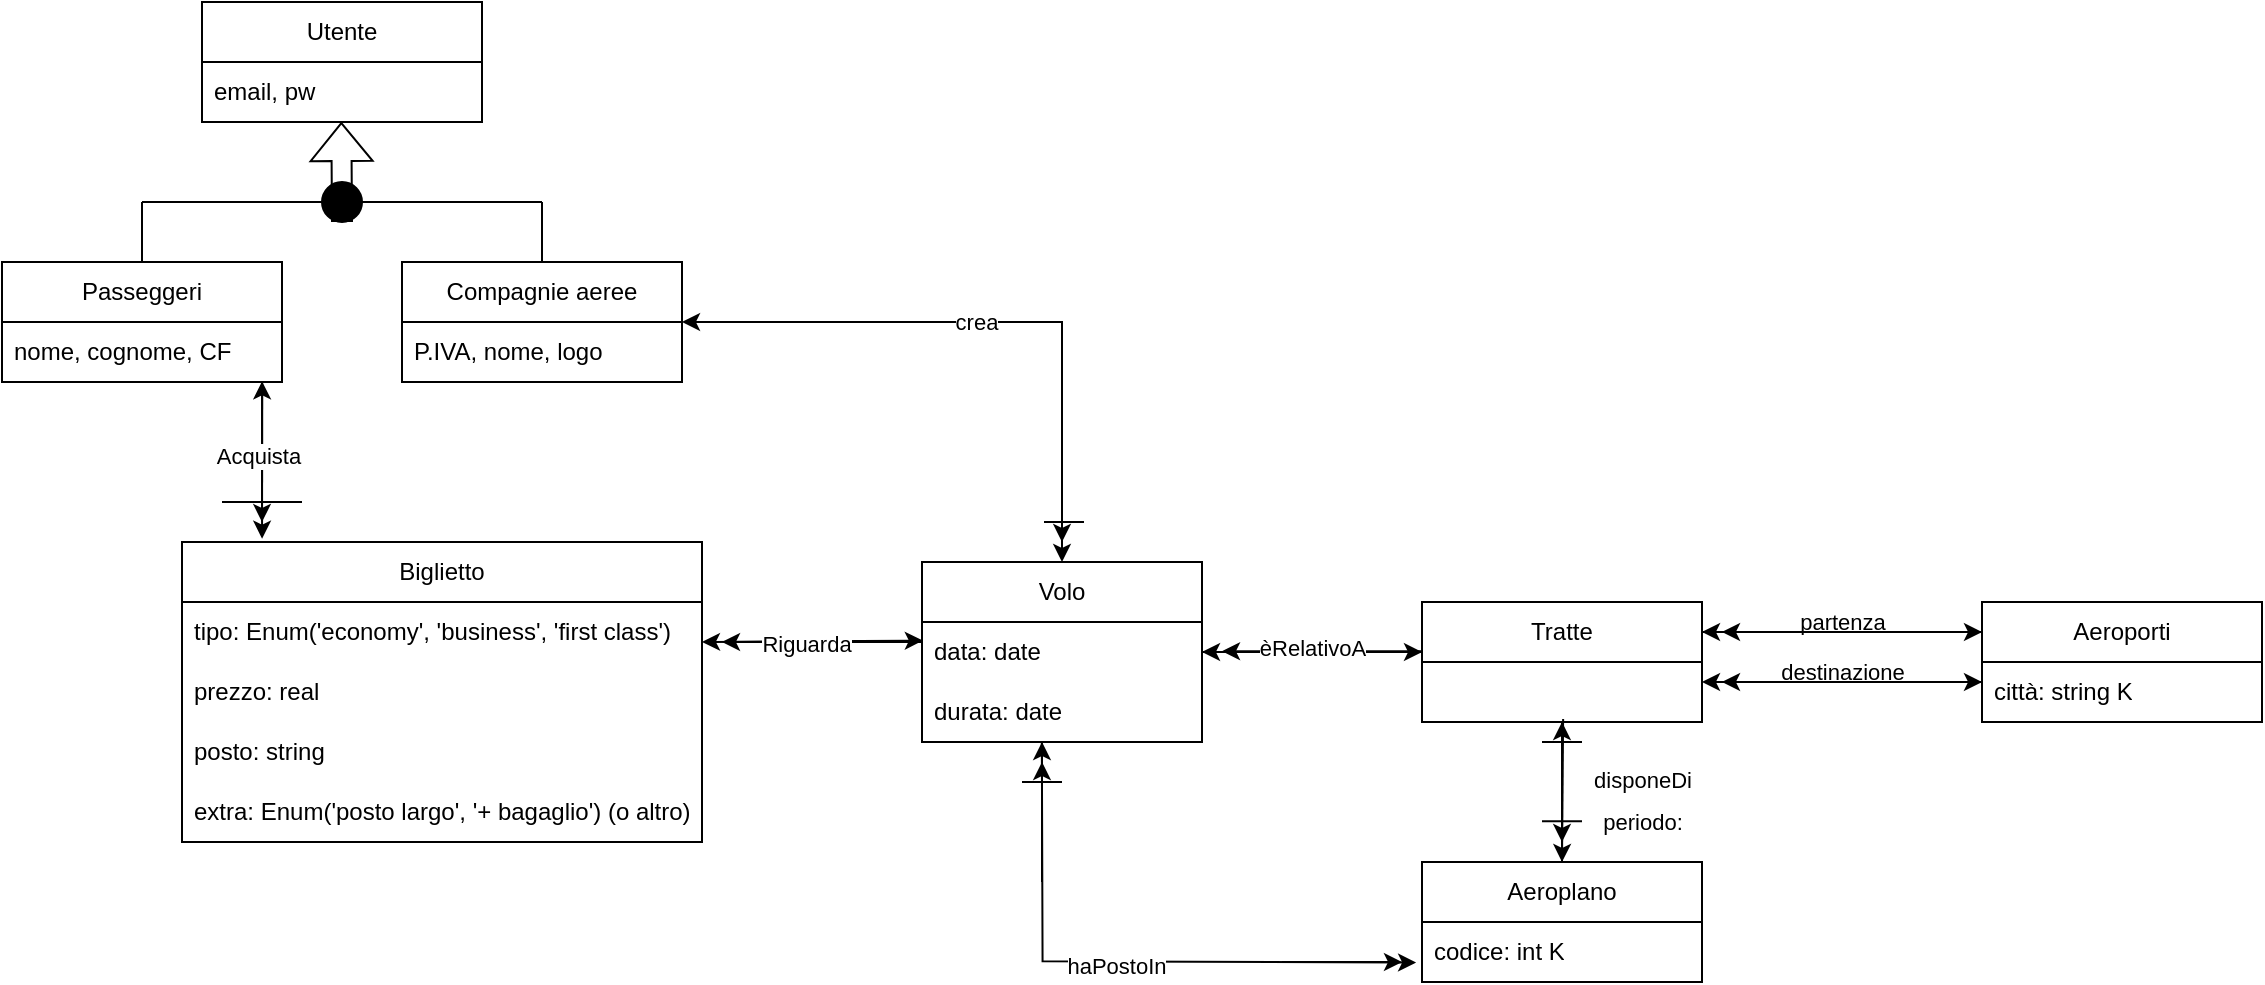
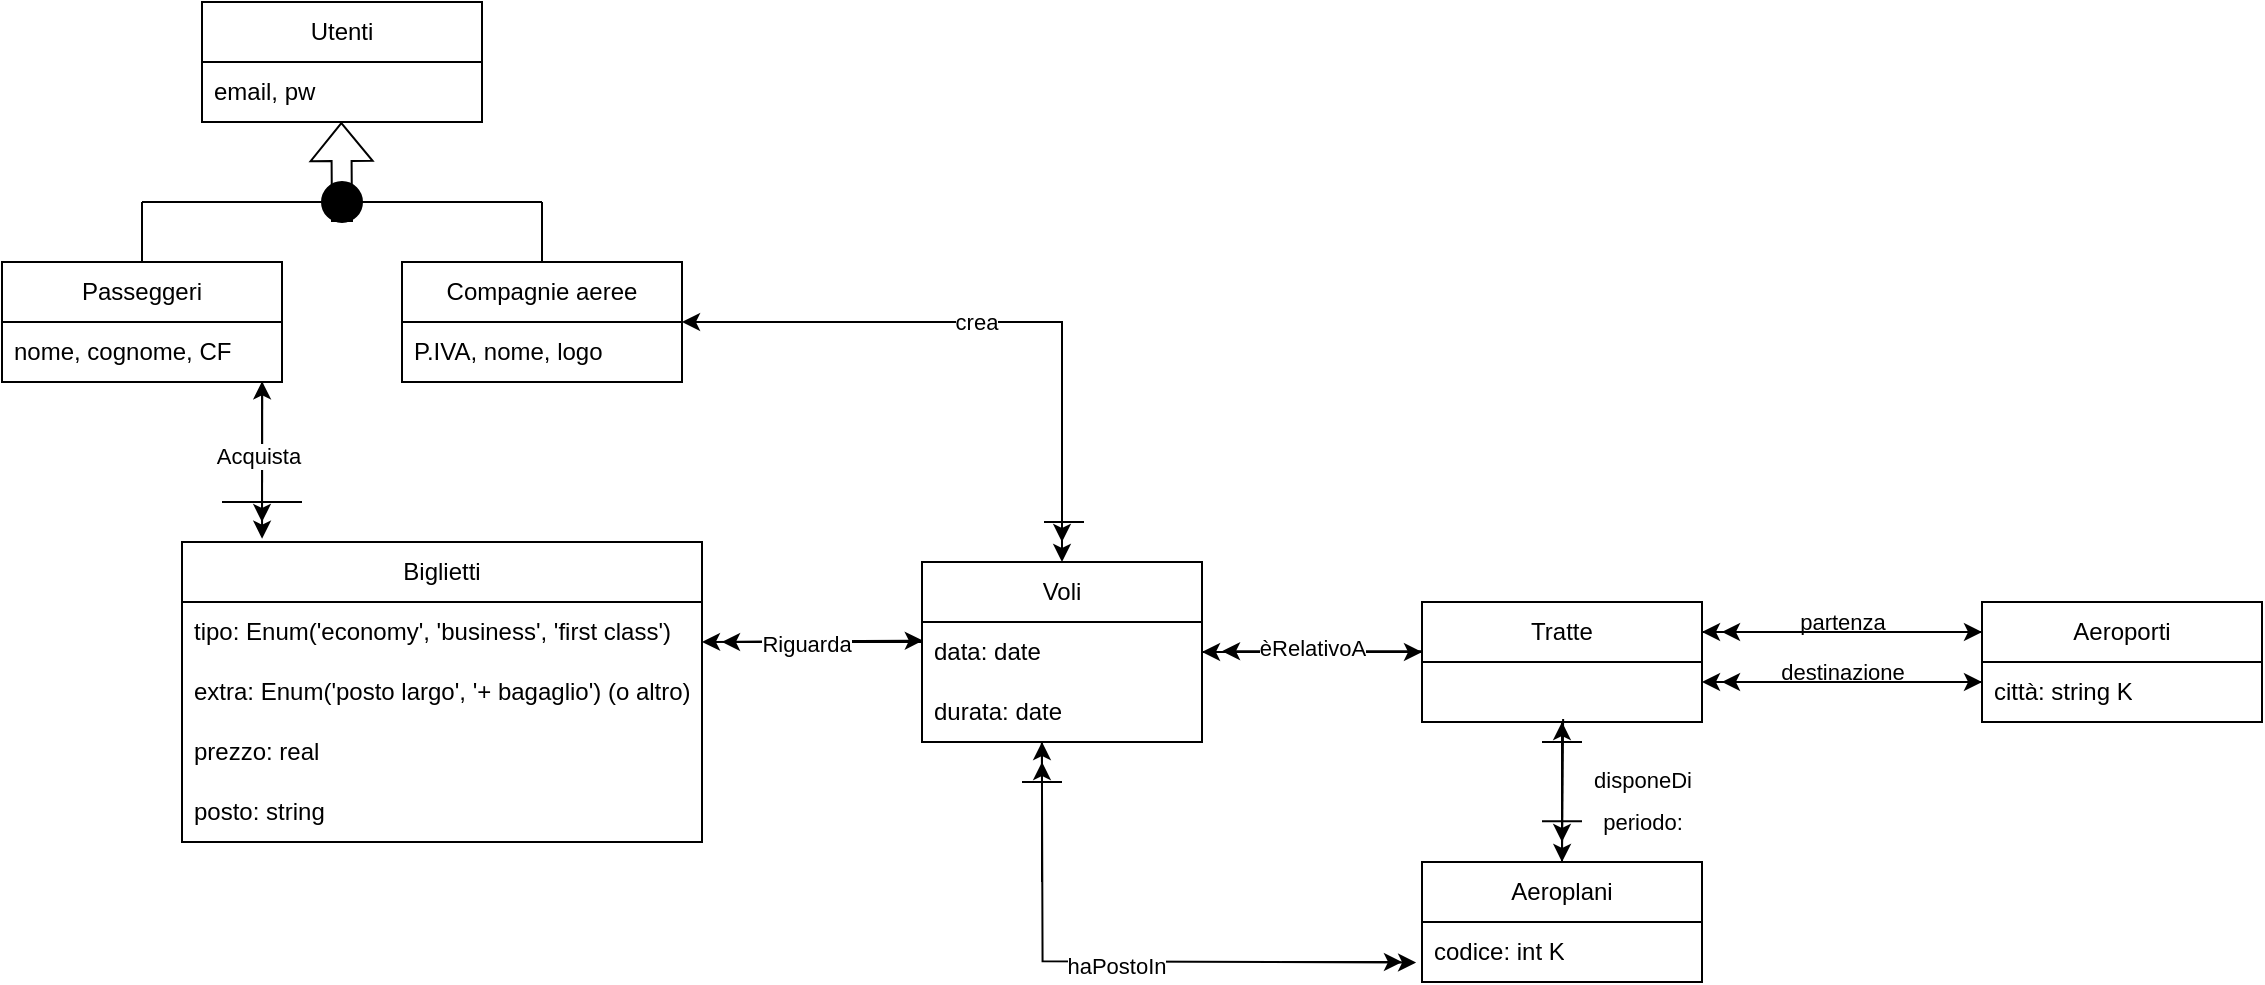
<mxfile host="65bd71144e">
    <diagram name="Pagina-1" id="Y2F9K8NCZ-bAOCw_idQH">
-         <mxGraphModel dx="1120" dy="2413" grid="1" gridSize="10" guides="1" tooltips="1" connect="1" arrows="1" fold="1" page="1" pageScale="1" pageWidth="1169" pageHeight="827" background="none" math="0" shadow="0">
+         <mxGraphModel dx="1296" dy="2252" grid="1" gridSize="10" guides="1" tooltips="1" connect="1" arrows="1" fold="1" page="1" pageScale="1" pageWidth="1169" pageHeight="827" background="none" math="0" shadow="0">
            <root>
                <mxCell id="0"/>
                <mxCell id="1" parent="0"/>
-                 <mxCell id="_ETjs5SsKa_0tdBlZnar-3" value="Utente" style="swimlane;fontStyle=0;childLayout=stackLayout;horizontal=1;startSize=30;horizontalStack=0;resizeParent=1;resizeParentMax=0;resizeLast=0;collapsible=1;marginBottom=0;whiteSpace=wrap;html=1;" parent="1" vertex="1">
+                 <mxCell id="_ETjs5SsKa_0tdBlZnar-3" value="Utenti" style="swimlane;fontStyle=0;childLayout=stackLayout;horizontal=1;startSize=30;horizontalStack=0;resizeParent=1;resizeParentMax=0;resizeLast=0;collapsible=1;marginBottom=0;whiteSpace=wrap;html=1;" parent="1" vertex="1">
                    <mxGeometry x="119" y="-1600" width="140" height="60" as="geometry"/>
                </mxCell>
                <mxCell id="_ETjs5SsKa_0tdBlZnar-4" value="email, pw" style="text;strokeColor=none;fillColor=none;align=left;verticalAlign=middle;spacingLeft=4;spacingRight=4;overflow=hidden;points=[[0,0.5],[1,0.5]];portConstraint=eastwest;rotatable=0;whiteSpace=wrap;html=1;" parent="_ETjs5SsKa_0tdBlZnar-3" vertex="1">
                    <mxGeometry y="30" width="140" height="30" as="geometry"/>
                </mxCell>
                <mxCell id="_ETjs5SsKa_0tdBlZnar-15" value="Passeggeri" style="swimlane;fontStyle=0;childLayout=stackLayout;horizontal=1;startSize=30;horizontalStack=0;resizeParent=1;resizeParentMax=0;resizeLast=0;collapsible=1;marginBottom=0;whiteSpace=wrap;html=1;" parent="1" vertex="1">
                    <mxGeometry x="19" y="-1470" width="140" height="60" as="geometry"/>
                </mxCell>
                <mxCell id="_ETjs5SsKa_0tdBlZnar-16" value="nome, cognome, CF" style="text;strokeColor=none;fillColor=none;align=left;verticalAlign=middle;spacingLeft=4;spacingRight=4;overflow=hidden;points=[[0,0.5],[1,0.5]];portConstraint=eastwest;rotatable=0;whiteSpace=wrap;html=1;" parent="_ETjs5SsKa_0tdBlZnar-15" vertex="1">
                    <mxGeometry y="30" width="140" height="30" as="geometry"/>
                </mxCell>
                <mxCell id="_ETjs5SsKa_0tdBlZnar-17" value="Compagnie aeree" style="swimlane;fontStyle=0;childLayout=stackLayout;horizontal=1;startSize=30;horizontalStack=0;resizeParent=1;resizeParentMax=0;resizeLast=0;collapsible=1;marginBottom=0;whiteSpace=wrap;html=1;" parent="1" vertex="1">
                    <mxGeometry x="219" y="-1470" width="140" height="60" as="geometry"/>
                </mxCell>
                <mxCell id="_ETjs5SsKa_0tdBlZnar-18" value="P.IVA, nome, logo" style="text;strokeColor=none;fillColor=none;align=left;verticalAlign=middle;spacingLeft=4;spacingRight=4;overflow=hidden;points=[[0,0.5],[1,0.5]];portConstraint=eastwest;rotatable=0;whiteSpace=wrap;html=1;" parent="_ETjs5SsKa_0tdBlZnar-17" vertex="1">
                    <mxGeometry y="30" width="140" height="30" as="geometry"/>
                </mxCell>
                <mxCell id="_ETjs5SsKa_0tdBlZnar-19" value="Tratte" style="swimlane;fontStyle=0;childLayout=stackLayout;horizontal=1;startSize=30;horizontalStack=0;resizeParent=1;resizeParentMax=0;resizeLast=0;collapsible=1;marginBottom=0;whiteSpace=wrap;html=1;" parent="1" vertex="1">
                    <mxGeometry x="729" y="-1300" width="140" height="60" as="geometry"/>
                </mxCell>
-                 <mxCell id="_ETjs5SsKa_0tdBlZnar-21" value="Aeroplano" style="swimlane;fontStyle=0;childLayout=stackLayout;horizontal=1;startSize=30;horizontalStack=0;resizeParent=1;resizeParentMax=0;resizeLast=0;collapsible=1;marginBottom=0;whiteSpace=wrap;html=1;" parent="1" vertex="1">
+                 <mxCell id="_ETjs5SsKa_0tdBlZnar-21" value="Aeroplani" style="swimlane;fontStyle=0;childLayout=stackLayout;horizontal=1;startSize=30;horizontalStack=0;resizeParent=1;resizeParentMax=0;resizeLast=0;collapsible=1;marginBottom=0;whiteSpace=wrap;html=1;" parent="1" vertex="1">
                    <mxGeometry x="729" y="-1170" width="140" height="60" as="geometry"/>
                </mxCell>
                <mxCell id="_ETjs5SsKa_0tdBlZnar-22" value="codice: int K" style="text;strokeColor=none;fillColor=none;align=left;verticalAlign=middle;spacingLeft=4;spacingRight=4;overflow=hidden;points=[[0,0.5],[1,0.5]];portConstraint=eastwest;rotatable=0;whiteSpace=wrap;html=1;" parent="_ETjs5SsKa_0tdBlZnar-21" vertex="1">
                    <mxGeometry y="30" width="140" height="30" as="geometry"/>
                </mxCell>
                <mxCell id="_ETjs5SsKa_0tdBlZnar-23" value="Aeroporti" style="swimlane;fontStyle=0;childLayout=stackLayout;horizontal=1;startSize=30;horizontalStack=0;resizeParent=1;resizeParentMax=0;resizeLast=0;collapsible=1;marginBottom=0;whiteSpace=wrap;html=1;" parent="1" vertex="1">
                    <mxGeometry x="1009" y="-1300" width="140" height="60" as="geometry"/>
                </mxCell>
                <mxCell id="_ETjs5SsKa_0tdBlZnar-24" value="città: string K" style="text;strokeColor=none;fillColor=none;align=left;verticalAlign=middle;spacingLeft=4;spacingRight=4;overflow=hidden;points=[[0,0.5],[1,0.5]];portConstraint=eastwest;rotatable=0;whiteSpace=wrap;html=1;" parent="_ETjs5SsKa_0tdBlZnar-23" vertex="1">
                    <mxGeometry y="30" width="140" height="30" as="geometry"/>
                </mxCell>
                <mxCell id="_ETjs5SsKa_0tdBlZnar-25" value="" style="endArrow=classic;html=1;rounded=0;exitX=1;exitY=0.25;exitDx=0;exitDy=0;entryX=0;entryY=0.25;entryDx=0;entryDy=0;" parent="1" source="_ETjs5SsKa_0tdBlZnar-19" target="_ETjs5SsKa_0tdBlZnar-23" edge="1">
                    <mxGeometry width="50" height="50" relative="1" as="geometry">
                        <mxPoint x="709" y="-1000" as="sourcePoint"/>
                        <mxPoint x="759" y="-1050" as="targetPoint"/>
                    </mxGeometry>
                </mxCell>
                <mxCell id="_ETjs5SsKa_0tdBlZnar-27" value="" style="endArrow=classic;html=1;rounded=0;entryX=1;entryY=0.25;entryDx=0;entryDy=0;exitX=0;exitY=0.25;exitDx=0;exitDy=0;" parent="1" source="_ETjs5SsKa_0tdBlZnar-23" target="_ETjs5SsKa_0tdBlZnar-19" edge="1">
                    <mxGeometry width="50" height="50" relative="1" as="geometry">
                        <mxPoint x="709" y="-1000" as="sourcePoint"/>
                        <mxPoint x="759" y="-1050" as="targetPoint"/>
                    </mxGeometry>
                </mxCell>
                <mxCell id="_ETjs5SsKa_0tdBlZnar-28" value="partenza" style="edgeLabel;html=1;align=center;verticalAlign=middle;resizable=0;points=[];" parent="_ETjs5SsKa_0tdBlZnar-27" vertex="1" connectable="0">
                    <mxGeometry x="0.0872" y="2" relative="1" as="geometry">
                        <mxPoint x="6" y="-7" as="offset"/>
                    </mxGeometry>
                </mxCell>
                <mxCell id="_ETjs5SsKa_0tdBlZnar-29" value="" style="endArrow=classic;html=1;rounded=0;exitX=0;exitY=0.25;exitDx=0;exitDy=0;" parent="1" source="_ETjs5SsKa_0tdBlZnar-23" edge="1">
                    <mxGeometry width="50" height="50" relative="1" as="geometry">
                        <mxPoint x="709" y="-1000" as="sourcePoint"/>
                        <mxPoint x="879" y="-1285" as="targetPoint"/>
                    </mxGeometry>
                </mxCell>
                <mxCell id="_ETjs5SsKa_0tdBlZnar-30" value="" style="endArrow=classic;html=1;rounded=0;entryX=1;entryY=0.25;entryDx=0;entryDy=0;exitX=0;exitY=0.25;exitDx=0;exitDy=0;" parent="1" edge="1">
                    <mxGeometry width="50" height="50" relative="1" as="geometry">
                        <mxPoint x="1009" y="-1260" as="sourcePoint"/>
                        <mxPoint x="869" y="-1260" as="targetPoint"/>
                    </mxGeometry>
                </mxCell>
                <mxCell id="_ETjs5SsKa_0tdBlZnar-31" value="destinazione" style="edgeLabel;html=1;align=center;verticalAlign=middle;resizable=0;points=[];" parent="_ETjs5SsKa_0tdBlZnar-30" vertex="1" connectable="0">
                    <mxGeometry x="0.0872" y="2" relative="1" as="geometry">
                        <mxPoint x="6" y="-7" as="offset"/>
                    </mxGeometry>
                </mxCell>
                <mxCell id="_ETjs5SsKa_0tdBlZnar-32" value="" style="endArrow=classic;html=1;rounded=0;exitX=0;exitY=0.25;exitDx=0;exitDy=0;" parent="1" edge="1">
                    <mxGeometry width="50" height="50" relative="1" as="geometry">
                        <mxPoint x="1009" y="-1260" as="sourcePoint"/>
                        <mxPoint x="879" y="-1260" as="targetPoint"/>
                    </mxGeometry>
                </mxCell>
                <mxCell id="_ETjs5SsKa_0tdBlZnar-33" value="" style="endArrow=classic;html=1;rounded=0;exitX=1.007;exitY=0.333;exitDx=0;exitDy=0;exitPerimeter=0;" parent="1" edge="1">
                    <mxGeometry width="50" height="50" relative="1" as="geometry">
                        <mxPoint x="869.9799999999998" y="-1260.0100000000002" as="sourcePoint"/>
                        <mxPoint x="1009" y="-1260" as="targetPoint"/>
                    </mxGeometry>
                </mxCell>
                <mxCell id="_ETjs5SsKa_0tdBlZnar-34" value="" style="endArrow=classic;html=1;rounded=0;exitX=0.504;exitY=0.951;exitDx=0;exitDy=0;exitPerimeter=0;entryX=0.5;entryY=0;entryDx=0;entryDy=0;" parent="1" target="_ETjs5SsKa_0tdBlZnar-21" edge="1">
                    <mxGeometry width="50" height="50" relative="1" as="geometry">
                        <mxPoint x="799.56" y="-1241.47" as="sourcePoint"/>
                        <mxPoint x="719" y="-1050" as="targetPoint"/>
                    </mxGeometry>
                </mxCell>
                <mxCell id="_ETjs5SsKa_0tdBlZnar-36" value="" style="endArrow=classic;html=1;rounded=0;" parent="1" edge="1">
                    <mxGeometry width="50" height="50" relative="1" as="geometry">
                        <mxPoint x="799" y="-1240" as="sourcePoint"/>
                        <mxPoint x="799" y="-1180" as="targetPoint"/>
                    </mxGeometry>
                </mxCell>
                <mxCell id="_ETjs5SsKa_0tdBlZnar-38" value="disponeDi" style="edgeLabel;html=1;align=center;verticalAlign=middle;resizable=0;points=[];" parent="_ETjs5SsKa_0tdBlZnar-36" vertex="1" connectable="0">
                    <mxGeometry x="-0.0573" y="1" relative="1" as="geometry">
                        <mxPoint x="39" as="offset"/>
                    </mxGeometry>
                </mxCell>
                <mxCell id="_ETjs5SsKa_0tdBlZnar-40" value="periodo:" style="edgeLabel;html=1;align=center;verticalAlign=middle;resizable=0;points=[];" parent="1" vertex="1" connectable="0">
                    <mxGeometry x="839" y="-1190.0048717948719" as="geometry"/>
                </mxCell>
                <mxCell id="_ETjs5SsKa_0tdBlZnar-41" value="" style="endArrow=classic;html=1;rounded=0;" parent="1" edge="1">
                    <mxGeometry width="50" height="50" relative="1" as="geometry">
                        <mxPoint x="799" y="-1170" as="sourcePoint"/>
                        <mxPoint x="799" y="-1240" as="targetPoint"/>
                    </mxGeometry>
                </mxCell>
-                 <mxCell id="_ETjs5SsKa_0tdBlZnar-42" value="Volo" style="swimlane;fontStyle=0;childLayout=stackLayout;horizontal=1;startSize=30;horizontalStack=0;resizeParent=1;resizeParentMax=0;resizeLast=0;collapsible=1;marginBottom=0;whiteSpace=wrap;html=1;" parent="1" vertex="1">
+                 <mxCell id="_ETjs5SsKa_0tdBlZnar-42" value="Voli" style="swimlane;fontStyle=0;childLayout=stackLayout;horizontal=1;startSize=30;horizontalStack=0;resizeParent=1;resizeParentMax=0;resizeLast=0;collapsible=1;marginBottom=0;whiteSpace=wrap;html=1;" parent="1" vertex="1">
                    <mxGeometry x="479" y="-1320" width="140" height="90" as="geometry"/>
                </mxCell>
                <mxCell id="_ETjs5SsKa_0tdBlZnar-43" value="data: date" style="text;strokeColor=none;fillColor=none;align=left;verticalAlign=middle;spacingLeft=4;spacingRight=4;overflow=hidden;points=[[0,0.5],[1,0.5]];portConstraint=eastwest;rotatable=0;whiteSpace=wrap;html=1;" parent="_ETjs5SsKa_0tdBlZnar-42" vertex="1">
                    <mxGeometry y="30" width="140" height="30" as="geometry"/>
                </mxCell>
                <mxCell id="_ETjs5SsKa_0tdBlZnar-66" value="durata: date" style="text;strokeColor=none;fillColor=none;align=left;verticalAlign=middle;spacingLeft=4;spacingRight=4;overflow=hidden;points=[[0,0.5],[1,0.5]];portConstraint=eastwest;rotatable=0;whiteSpace=wrap;html=1;" parent="_ETjs5SsKa_0tdBlZnar-42" vertex="1">
                    <mxGeometry y="60" width="140" height="30" as="geometry"/>
                </mxCell>
-                 <mxCell id="_ETjs5SsKa_0tdBlZnar-46" value="Biglietto" style="swimlane;fontStyle=0;childLayout=stackLayout;horizontal=1;startSize=30;horizontalStack=0;resizeParent=1;resizeParentMax=0;resizeLast=0;collapsible=1;marginBottom=0;whiteSpace=wrap;html=1;" parent="1" vertex="1">
+                 <mxCell id="_ETjs5SsKa_0tdBlZnar-46" value="Biglietti" style="swimlane;fontStyle=0;childLayout=stackLayout;horizontal=1;startSize=30;horizontalStack=0;resizeParent=1;resizeParentMax=0;resizeLast=0;collapsible=1;marginBottom=0;whiteSpace=wrap;html=1;" parent="1" vertex="1">
                    <mxGeometry x="109" y="-1330" width="260" height="150" as="geometry"/>
                </mxCell>
                <mxCell id="Bv-jkNyQtQAfHgGsfsne-6" value="tipo: Enum(&#39;economy&#39;, &#39;business&#39;, &#39;first class&#39;)" style="text;strokeColor=none;fillColor=none;align=left;verticalAlign=middle;spacingLeft=4;spacingRight=4;overflow=hidden;points=[[0,0.5],[1,0.5]];portConstraint=eastwest;rotatable=0;whiteSpace=wrap;html=1;" parent="_ETjs5SsKa_0tdBlZnar-46" vertex="1">
                    <mxGeometry y="30" width="260" height="30" as="geometry"/>
                </mxCell>
                <mxCell id="_ETjs5SsKa_0tdBlZnar-47" value="extra: Enum(&#39;posto largo&#39;, &#39;+ bagaglio&#39;) (o altro)" style="text;strokeColor=none;fillColor=none;align=left;verticalAlign=middle;spacingLeft=4;spacingRight=4;overflow=hidden;points=[[0,0.5],[1,0.5]];portConstraint=eastwest;rotatable=0;whiteSpace=wrap;html=1;" parent="_ETjs5SsKa_0tdBlZnar-46" vertex="1">
+                     <mxGeometry y="60" width="260" height="30" as="geometry"/>
+                 </mxCell>
+                 <mxCell id="EdjyHUfcLkRTV670vATM-4" value="prezzo: real" style="text;strokeColor=none;fillColor=none;align=left;verticalAlign=middle;spacingLeft=4;spacingRight=4;overflow=hidden;points=[[0,0.5],[1,0.5]];portConstraint=eastwest;rotatable=0;whiteSpace=wrap;html=1;" parent="_ETjs5SsKa_0tdBlZnar-46" vertex="1">
+                     <mxGeometry y="90" width="260" height="30" as="geometry"/>
+                 </mxCell>
+                 <mxCell id="EdjyHUfcLkRTV670vATM-5" value="posto: string" style="text;strokeColor=none;fillColor=none;align=left;verticalAlign=middle;spacingLeft=4;spacingRight=4;overflow=hidden;points=[[0,0.5],[1,0.5]];portConstraint=eastwest;rotatable=0;whiteSpace=wrap;html=1;" parent="_ETjs5SsKa_0tdBlZnar-46" vertex="1">
                    <mxGeometry y="120" width="260" height="30" as="geometry"/>
-                 </mxCell>
-                 <mxCell id="EdjyHUfcLkRTV670vATM-4" value="prezzo: real" style="text;strokeColor=none;fillColor=none;align=left;verticalAlign=middle;spacingLeft=4;spacingRight=4;overflow=hidden;points=[[0,0.5],[1,0.5]];portConstraint=eastwest;rotatable=0;whiteSpace=wrap;html=1;" parent="_ETjs5SsKa_0tdBlZnar-46" vertex="1">
-                     <mxGeometry y="60" width="260" height="30" as="geometry"/>
-                 </mxCell>
-                 <mxCell id="EdjyHUfcLkRTV670vATM-5" value="posto: string" style="text;strokeColor=none;fillColor=none;align=left;verticalAlign=middle;spacingLeft=4;spacingRight=4;overflow=hidden;points=[[0,0.5],[1,0.5]];portConstraint=eastwest;rotatable=0;whiteSpace=wrap;html=1;" parent="_ETjs5SsKa_0tdBlZnar-46" vertex="1">
-                     <mxGeometry y="90" width="260" height="30" as="geometry"/>
                </mxCell>
                <mxCell id="_ETjs5SsKa_0tdBlZnar-62" value="" style="endArrow=classic;html=1;rounded=0;exitX=1;exitY=0.5;exitDx=0;exitDy=0;" parent="1" source="_ETjs5SsKa_0tdBlZnar-43" edge="1">
                    <mxGeometry width="50" height="50" relative="1" as="geometry">
                        <mxPoint x="549" y="-1210" as="sourcePoint"/>
                        <mxPoint x="729" y="-1275" as="targetPoint"/>
                    </mxGeometry>
                </mxCell>
                <mxCell id="_ETjs5SsKa_0tdBlZnar-63" value="" style="endArrow=classic;html=1;rounded=0;entryX=1;entryY=0.5;entryDx=0;entryDy=0;" parent="1" target="_ETjs5SsKa_0tdBlZnar-43" edge="1">
                    <mxGeometry width="50" height="50" relative="1" as="geometry">
                        <mxPoint x="729" y="-1275" as="sourcePoint"/>
                        <mxPoint x="549" y="-1230" as="targetPoint"/>
                    </mxGeometry>
                </mxCell>
                <mxCell id="_ETjs5SsKa_0tdBlZnar-64" value="" style="endArrow=classic;html=1;rounded=0;" parent="1" edge="1">
                    <mxGeometry width="50" height="50" relative="1" as="geometry">
                        <mxPoint x="729" y="-1275.4" as="sourcePoint"/>
                        <mxPoint x="629" y="-1275.4" as="targetPoint"/>
                    </mxGeometry>
                </mxCell>
                <mxCell id="_ETjs5SsKa_0tdBlZnar-65" value="èRelativoA" style="edgeLabel;html=1;align=center;verticalAlign=middle;resizable=0;points=[];" parent="_ETjs5SsKa_0tdBlZnar-64" vertex="1" connectable="0">
                    <mxGeometry x="0.0974" y="-2" relative="1" as="geometry">
                        <mxPoint as="offset"/>
                    </mxGeometry>
                </mxCell>
                <mxCell id="_ETjs5SsKa_0tdBlZnar-67" value="" style="shape=flexArrow;endArrow=classic;html=1;rounded=0;exitX=0.5;exitY=1;exitDx=0;exitDy=0;" parent="1" source="_ETjs5SsKa_0tdBlZnar-71" edge="1">
                    <mxGeometry width="50" height="50" relative="1" as="geometry">
                        <mxPoint x="189" y="-1500" as="sourcePoint"/>
                        <mxPoint x="188.67000000000002" y="-1540" as="targetPoint"/>
                    </mxGeometry>
                </mxCell>
                <mxCell id="_ETjs5SsKa_0tdBlZnar-68" value="" style="endArrow=none;html=1;rounded=0;" parent="1" source="_ETjs5SsKa_0tdBlZnar-71" edge="1">
                    <mxGeometry width="50" height="50" relative="1" as="geometry">
                        <mxPoint x="89" y="-1500" as="sourcePoint"/>
                        <mxPoint x="289" y="-1500" as="targetPoint"/>
                    </mxGeometry>
                </mxCell>
                <mxCell id="_ETjs5SsKa_0tdBlZnar-69" value="" style="endArrow=none;html=1;rounded=0;entryX=0.5;entryY=0;entryDx=0;entryDy=0;" parent="1" target="_ETjs5SsKa_0tdBlZnar-15" edge="1">
                    <mxGeometry width="50" height="50" relative="1" as="geometry">
                        <mxPoint x="89" y="-1500" as="sourcePoint"/>
                        <mxPoint x="299" y="-1490" as="targetPoint"/>
                    </mxGeometry>
                </mxCell>
                <mxCell id="_ETjs5SsKa_0tdBlZnar-70" value="" style="endArrow=none;html=1;rounded=0;entryX=0.5;entryY=0;entryDx=0;entryDy=0;" parent="1" target="_ETjs5SsKa_0tdBlZnar-17" edge="1">
                    <mxGeometry width="50" height="50" relative="1" as="geometry">
                        <mxPoint x="289" y="-1500" as="sourcePoint"/>
                        <mxPoint x="309" y="-1480" as="targetPoint"/>
                    </mxGeometry>
                </mxCell>
                <mxCell id="_ETjs5SsKa_0tdBlZnar-73" value="" style="shape=flexArrow;endArrow=classic;html=1;rounded=0;" parent="1" target="_ETjs5SsKa_0tdBlZnar-71" edge="1">
                    <mxGeometry width="50" height="50" relative="1" as="geometry">
                        <mxPoint x="189" y="-1500" as="sourcePoint"/>
                        <mxPoint x="188.67000000000002" y="-1540" as="targetPoint"/>
                    </mxGeometry>
                </mxCell>
                <mxCell id="_ETjs5SsKa_0tdBlZnar-74" value="" style="endArrow=none;html=1;rounded=0;" parent="1" target="_ETjs5SsKa_0tdBlZnar-71" edge="1">
                    <mxGeometry width="50" height="50" relative="1" as="geometry">
                        <mxPoint x="89" y="-1500" as="sourcePoint"/>
                        <mxPoint x="289" y="-1500" as="targetPoint"/>
                    </mxGeometry>
                </mxCell>
                <mxCell id="_ETjs5SsKa_0tdBlZnar-71" value="" style="ellipse;whiteSpace=wrap;html=1;aspect=fixed;strokeColor=#000000;fillColor=#000000;" parent="1" vertex="1">
                    <mxGeometry x="179" y="-1510" width="20" height="20" as="geometry"/>
                </mxCell>
                <mxCell id="_ETjs5SsKa_0tdBlZnar-85" value="" style="endArrow=classic;html=1;rounded=0;exitX=0.426;exitY=1.011;exitDx=0;exitDy=0;exitPerimeter=0;entryX=-0.021;entryY=0.675;entryDx=0;entryDy=0;entryPerimeter=0;" parent="1" target="_ETjs5SsKa_0tdBlZnar-22" edge="1">
                    <mxGeometry width="50" height="50" relative="1" as="geometry">
                        <mxPoint x="538.92" y="-1230" as="sourcePoint"/>
                        <mxPoint x="729" y="-1118.67" as="targetPoint"/>
                        <Array as="points">
                            <mxPoint x="539.28" y="-1120.33"/>
                        </Array>
                    </mxGeometry>
                </mxCell>
                <mxCell id="_ETjs5SsKa_0tdBlZnar-86" value="haPostoIn" style="edgeLabel;html=1;align=center;verticalAlign=middle;resizable=0;points=[];" parent="_ETjs5SsKa_0tdBlZnar-85" vertex="1" connectable="0">
                    <mxGeometry x="-0.0113" y="-2" relative="1" as="geometry">
                        <mxPoint as="offset"/>
                    </mxGeometry>
                </mxCell>
                <mxCell id="_ETjs5SsKa_0tdBlZnar-87" value="" style="endArrow=classic;html=1;rounded=0;" parent="1" edge="1">
                    <mxGeometry width="50" height="50" relative="1" as="geometry">
                        <mxPoint x="659" y="-1120" as="sourcePoint"/>
                        <mxPoint x="719" y="-1120" as="targetPoint"/>
                    </mxGeometry>
                </mxCell>
                <mxCell id="_ETjs5SsKa_0tdBlZnar-88" value="" style="endArrow=classic;html=1;rounded=0;" parent="1" edge="1">
                    <mxGeometry width="50" height="50" relative="1" as="geometry">
                        <mxPoint x="539" y="-1170" as="sourcePoint"/>
                        <mxPoint x="539" y="-1230" as="targetPoint"/>
                    </mxGeometry>
                </mxCell>
                <mxCell id="_ETjs5SsKa_0tdBlZnar-89" value="" style="endArrow=classic;html=1;rounded=0;" parent="1" edge="1">
                    <mxGeometry width="50" height="50" relative="1" as="geometry">
                        <mxPoint x="539" y="-1160" as="sourcePoint"/>
                        <mxPoint x="539" y="-1220" as="targetPoint"/>
                    </mxGeometry>
                </mxCell>
                <mxCell id="hUyTWg2xCONPmjfaOem0-3" value="" style="endArrow=classic;startArrow=classic;html=1;rounded=0;exitX=0.154;exitY=-0.011;exitDx=0;exitDy=0;exitPerimeter=0;entryX=0.929;entryY=0.989;entryDx=0;entryDy=0;entryPerimeter=0;" parent="1" source="_ETjs5SsKa_0tdBlZnar-46" target="_ETjs5SsKa_0tdBlZnar-16" edge="1">
                    <mxGeometry width="50" height="50" relative="1" as="geometry">
                        <mxPoint x="289" y="-1260" as="sourcePoint"/>
                        <mxPoint x="339" y="-1310" as="targetPoint"/>
                    </mxGeometry>
                </mxCell>
                <mxCell id="hUyTWg2xCONPmjfaOem0-9" value="" style="endArrow=classic;html=1;rounded=0;exitX=0.929;exitY=1;exitDx=0;exitDy=0;exitPerimeter=0;" parent="1" source="_ETjs5SsKa_0tdBlZnar-16" edge="1">
                    <mxGeometry width="50" height="50" relative="1" as="geometry">
                        <mxPoint x="289" y="-1260" as="sourcePoint"/>
                        <mxPoint x="149" y="-1340" as="targetPoint"/>
                    </mxGeometry>
                </mxCell>
                <mxCell id="Bv-jkNyQtQAfHgGsfsne-1" value="Acquista" style="edgeLabel;html=1;align=center;verticalAlign=middle;resizable=0;points=[];" parent="hUyTWg2xCONPmjfaOem0-9" vertex="1" connectable="0">
                    <mxGeometry x="0.0517" y="-2" relative="1" as="geometry">
                        <mxPoint as="offset"/>
                    </mxGeometry>
                </mxCell>
                <mxCell id="Bv-jkNyQtQAfHgGsfsne-2" value="" style="endArrow=classic;startArrow=classic;html=1;rounded=0;entryX=0.003;entryY=0.31;entryDx=0;entryDy=0;entryPerimeter=0;" parent="1" target="_ETjs5SsKa_0tdBlZnar-43" edge="1">
                    <mxGeometry width="50" height="50" relative="1" as="geometry">
                        <mxPoint x="369" y="-1280" as="sourcePoint"/>
                        <mxPoint x="419" y="-1330" as="targetPoint"/>
                    </mxGeometry>
                </mxCell>
                <mxCell id="Bv-jkNyQtQAfHgGsfsne-3" value="" style="endArrow=classic;html=1;rounded=0;" parent="1" edge="1">
                    <mxGeometry width="50" height="50" relative="1" as="geometry">
                        <mxPoint x="479" y="-1280" as="sourcePoint"/>
                        <mxPoint x="379" y="-1280" as="targetPoint"/>
                    </mxGeometry>
                </mxCell>
                <mxCell id="Bv-jkNyQtQAfHgGsfsne-4" value="Riguarda" style="edgeLabel;html=1;align=center;verticalAlign=middle;resizable=0;points=[];" parent="Bv-jkNyQtQAfHgGsfsne-3" vertex="1" connectable="0">
                    <mxGeometry x="0.16" y="1" relative="1" as="geometry">
                        <mxPoint as="offset"/>
                    </mxGeometry>
                </mxCell>
                <mxCell id="EdjyHUfcLkRTV670vATM-6" value="" style="endArrow=none;html=1;rounded=0;" parent="1" edge="1">
                    <mxGeometry width="50" height="50" relative="1" as="geometry">
                        <mxPoint x="129" y="-1350" as="sourcePoint"/>
                        <mxPoint x="169" y="-1350" as="targetPoint"/>
                    </mxGeometry>
                </mxCell>
                <mxCell id="EdjyHUfcLkRTV670vATM-8" value="" style="endArrow=none;html=1;rounded=0;" parent="1" edge="1">
                    <mxGeometry width="50" height="50" relative="1" as="geometry">
                        <mxPoint x="529" y="-1210" as="sourcePoint"/>
                        <mxPoint x="549" y="-1210" as="targetPoint"/>
                    </mxGeometry>
                </mxCell>
                <mxCell id="EdjyHUfcLkRTV670vATM-9" value="" style="endArrow=none;html=1;rounded=0;" parent="1" edge="1">
                    <mxGeometry width="50" height="50" relative="1" as="geometry">
                        <mxPoint x="809" y="-1230" as="sourcePoint"/>
                        <mxPoint x="789" y="-1230" as="targetPoint"/>
                    </mxGeometry>
                </mxCell>
                <mxCell id="EdjyHUfcLkRTV670vATM-10" value="" style="endArrow=none;html=1;rounded=0;" parent="1" edge="1">
                    <mxGeometry width="50" height="50" relative="1" as="geometry">
                        <mxPoint x="809" y="-1190.3400000000001" as="sourcePoint"/>
                        <mxPoint x="789" y="-1190.3400000000001" as="targetPoint"/>
                    </mxGeometry>
                </mxCell>
                <mxCell id="EdjyHUfcLkRTV670vATM-13" value="" style="endArrow=classic;startArrow=classic;html=1;rounded=0;exitX=1;exitY=0.5;exitDx=0;exitDy=0;entryX=0.5;entryY=0;entryDx=0;entryDy=0;" parent="1" source="_ETjs5SsKa_0tdBlZnar-17" target="_ETjs5SsKa_0tdBlZnar-42" edge="1">
                    <mxGeometry width="50" height="50" relative="1" as="geometry">
                        <mxPoint x="620" y="-1330" as="sourcePoint"/>
                        <mxPoint x="670" y="-1380" as="targetPoint"/>
                        <Array as="points">
                            <mxPoint x="549" y="-1440"/>
                        </Array>
                    </mxGeometry>
                </mxCell>
                <mxCell id="EdjyHUfcLkRTV670vATM-15" value="crea" style="edgeLabel;html=1;align=center;verticalAlign=middle;resizable=0;points=[];" parent="EdjyHUfcLkRTV670vATM-13" connectable="0" vertex="1">
                    <mxGeometry x="-0.0562" relative="1" as="geometry">
                        <mxPoint as="offset"/>
                    </mxGeometry>
                </mxCell>
                <mxCell id="EdjyHUfcLkRTV670vATM-14" value="" style="endArrow=classic;html=1;rounded=0;" parent="1" edge="1">
                    <mxGeometry width="50" height="50" relative="1" as="geometry">
                        <mxPoint x="549" y="-1410" as="sourcePoint"/>
                        <mxPoint x="549" y="-1330" as="targetPoint"/>
                    </mxGeometry>
                </mxCell>
                <mxCell id="EdjyHUfcLkRTV670vATM-16" value="" style="endArrow=none;html=1;rounded=0;" parent="1" edge="1">
                    <mxGeometry width="50" height="50" relative="1" as="geometry">
                        <mxPoint x="540" y="-1340" as="sourcePoint"/>
                        <mxPoint x="560" y="-1340" as="targetPoint"/>
                    </mxGeometry>
                </mxCell>
            </root>
        </mxGraphModel>
    </diagram>
</mxfile>